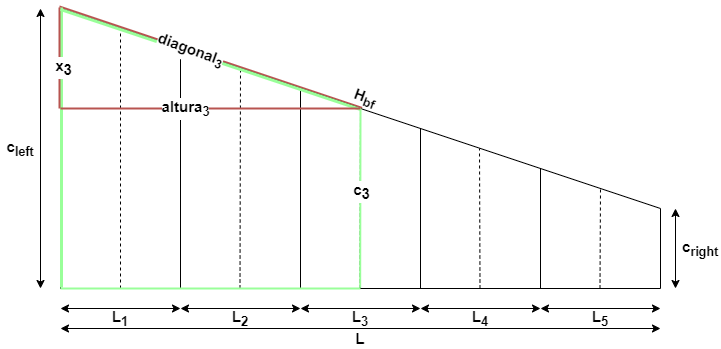
Before: images/Trapecio calculo x.png, a diagram exported from draw.io (josfer98/TFG_turbinas_eolicas). Source tidied: cells renumbered, new cells last; positions are measured from the earlier drawing's top-left corner, leaving out a move shared by most shapes.
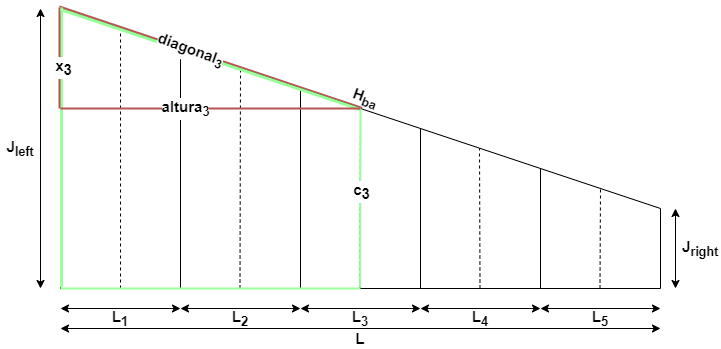
The same diagram one commit later.

The edit, as a diff of the source:
```diff
@@ -13,7 +13,7 @@
         <mxPoint x="660" y="202" as="targetPoint" />
       </mxGeometry>
     </mxCell>
-    <mxCell id="4" value="&lt;span style=&quot;font-size: 15px&quot;&gt;&lt;b&gt;c&lt;sub&gt;left&lt;/sub&gt;&lt;/b&gt;&lt;/span&gt;" style="text;html=1;strokeColor=none;fillColor=none;align=center;verticalAlign=middle;whiteSpace=wrap;rounded=0;" parent="1" vertex="1">
+    <mxCell id="4" value="&lt;span style=&quot;font-size: 15px&quot;&gt;&lt;b&gt;J&lt;sub&gt;left&lt;/sub&gt;&lt;/b&gt;&lt;/span&gt;" style="text;html=1;strokeColor=none;fillColor=none;align=center;verticalAlign=middle;whiteSpace=wrap;rounded=0;" parent="1" vertex="1">
       <mxGeometry y="132" width="40" height="20" as="geometry" />
     </mxCell>
     <mxCell id="5" value="&lt;b&gt;&lt;font style=&quot;font-size: 15px&quot;&gt;L&lt;/font&gt;&lt;/b&gt;" style="text;html=1;strokeColor=none;fillColor=none;align=center;verticalAlign=middle;whiteSpace=wrap;rounded=0;" parent="1" vertex="1">
@@ -37,10 +37,10 @@
         <mxPoint x="675" y="202" as="targetPoint" />
       </mxGeometry>
     </mxCell>
-    <mxCell id="9" value="&lt;span style=&quot;font-size: 15px&quot;&gt;&lt;b&gt;c&lt;sub&gt;right&lt;/sub&gt;&lt;/b&gt;&lt;/span&gt;" style="text;html=1;strokeColor=none;fillColor=none;align=center;verticalAlign=middle;whiteSpace=wrap;rounded=0;" parent="1" vertex="1">
+    <mxCell id="9" value="&lt;span style=&quot;font-size: 15px&quot;&gt;&lt;b&gt;J&lt;sub&gt;right&lt;/sub&gt;&lt;/b&gt;&lt;/span&gt;" style="text;html=1;strokeColor=none;fillColor=none;align=center;verticalAlign=middle;whiteSpace=wrap;rounded=0;" parent="1" vertex="1">
       <mxGeometry x="680" y="232" width="40" height="20" as="geometry" />
     </mxCell>
-    <mxCell id="10" value="&lt;b&gt;&lt;font style=&quot;font-size: 15px&quot;&gt;H&lt;sub&gt;bf&lt;/sub&gt;&lt;/font&gt;&lt;/b&gt;" style="text;html=1;strokeColor=none;fillColor=none;align=center;verticalAlign=middle;whiteSpace=wrap;rounded=0;rotation=20;" parent="1" vertex="1">
+    <mxCell id="10" value="&lt;b&gt;&lt;font style=&quot;font-size: 15px&quot;&gt;H&lt;sub&gt;ba&lt;/sub&gt;&lt;/font&gt;&lt;/b&gt;" style="text;html=1;strokeColor=none;fillColor=none;align=center;verticalAlign=middle;whiteSpace=wrap;rounded=0;rotation=20;" parent="1" vertex="1">
       <mxGeometry x="310" y="82" width="110" height="20" as="geometry" />
     </mxCell>
     <mxCell id="11" style="endArrow=none;html=1;rounded=0;" parent="1" edge="1">
```
